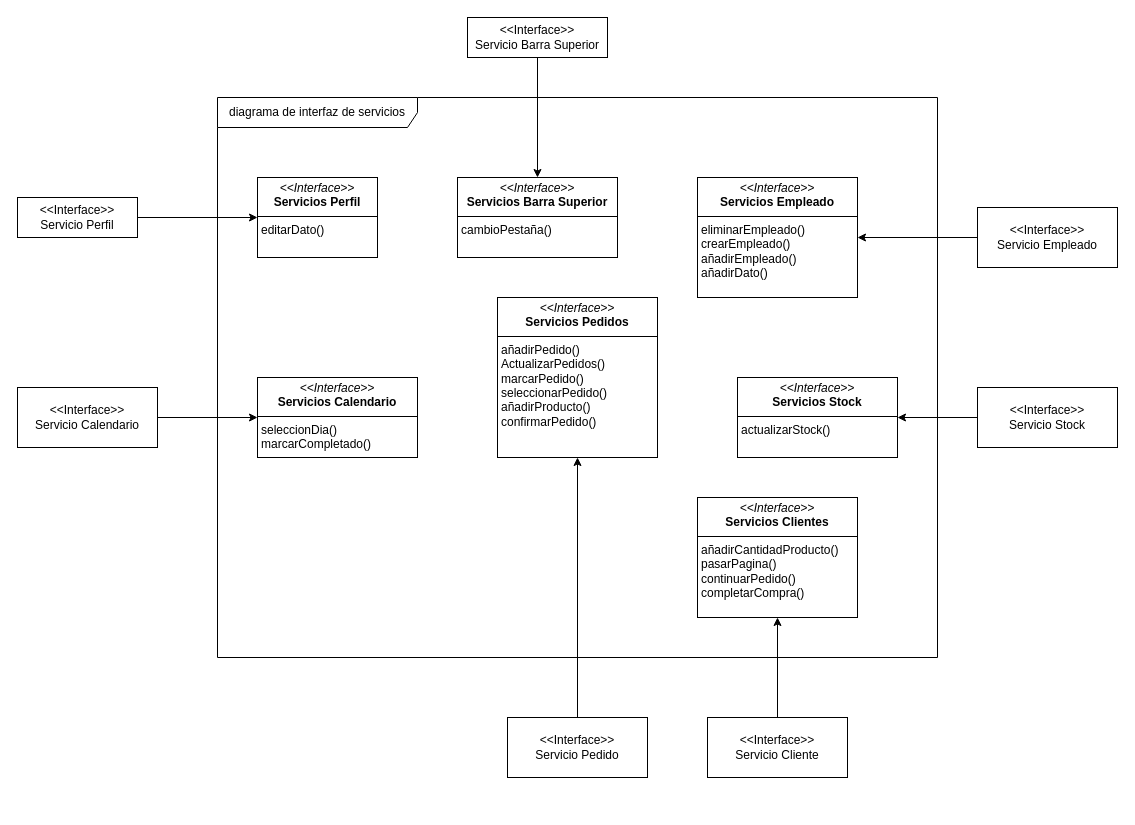
gis-ir/IR-02-11 keeps this draw.io diagram as assets/Diagrama interfaz de usuario/Diagrama interfaz de servicios.drawio. Above is the earlier version. Source tidied: cells renumbered, new cells numbered last; positions are measured from the earlier drawing's top-left corner, leaving out a move shared by most shapes. Both pictures are drawn from the tidied source at 100%, with x=0, y=0 at pixel (17, 17).
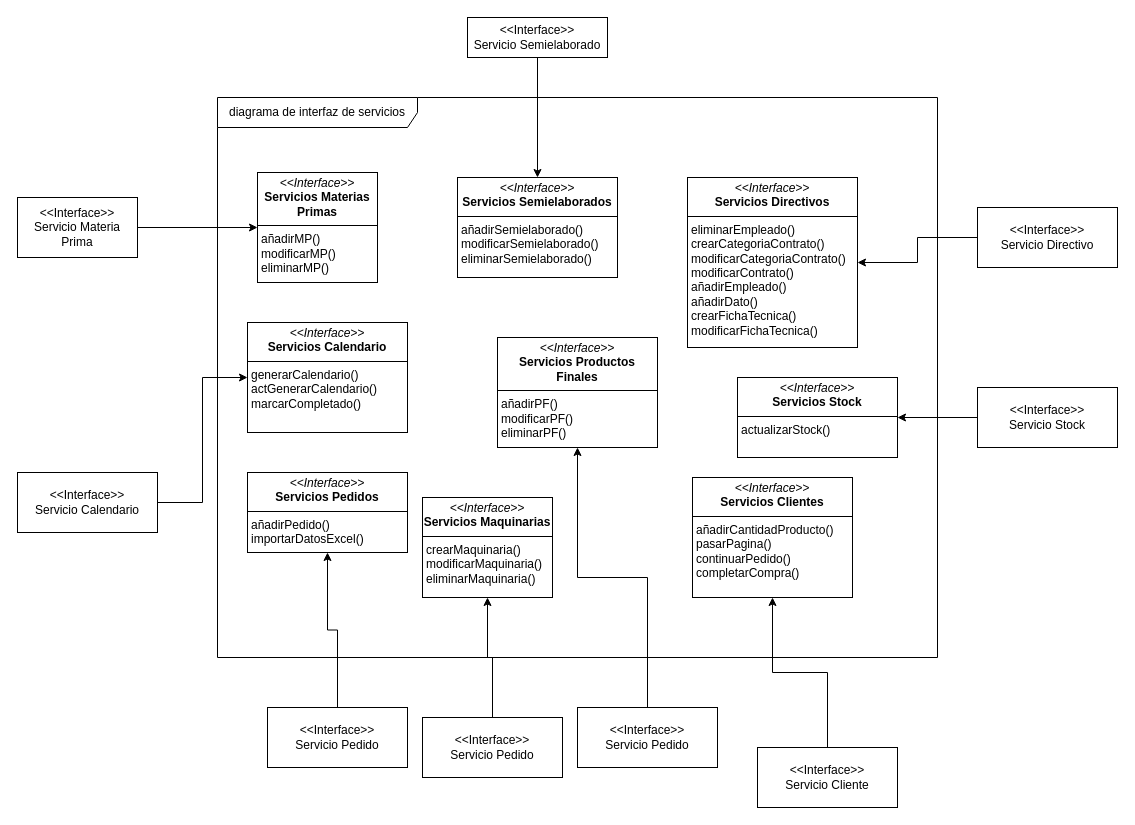
The same diagram, later.

Commit message (it also covers changes not shown here):
diagrama de interfaz de servicio

What changed in the source:
```diff
@@
-    <mxCell id="3" value="&lt;p style=&quot;margin:0px;margin-top:4px;text-align:center;&quot;&gt;&lt;i&gt;&amp;lt;&amp;lt;Interface&amp;gt;&amp;gt;&lt;/i&gt;&lt;br&gt;&lt;b&gt;Servicios Perfil&lt;/b&gt;&lt;/p&gt;&lt;hr size=&quot;1&quot; style=&quot;border-style:solid;&quot;&gt;&lt;p style=&quot;margin:0px;margin-left:4px;&quot;&gt;editarDato()&lt;/p&gt;" style="verticalAlign=top;align=left;overflow=fill;html=1;whiteSpace=wrap;" parent="1" vertex="1">
-      <mxGeometry x="240" y="160" width="120" height="80" as="geometry" />
+    <mxCell id="3" value="&lt;p style=&quot;margin:0px;margin-top:4px;text-align:center;&quot;&gt;&lt;i&gt;&amp;lt;&amp;lt;Interface&amp;gt;&amp;gt;&lt;/i&gt;&lt;br&gt;&lt;b&gt;Servicios Materias Primas&lt;/b&gt;&lt;/p&gt;&lt;hr size=&quot;1&quot; style=&quot;border-style:solid;&quot;&gt;&lt;p style=&quot;margin:0px;margin-left:4px;&quot;&gt;añadirMP()&lt;/p&gt;&lt;p style=&quot;margin:0px;margin-left:4px;&quot;&gt;modificarMP()&lt;/p&gt;&lt;p style=&quot;margin:0px;margin-left:4px;&quot;&gt;eliminarMP()&lt;/p&gt;" style="verticalAlign=top;align=left;overflow=fill;html=1;whiteSpace=wrap;" parent="1" vertex="1">
+      <mxGeometry x="240" y="155" width="120" height="110" as="geometry" />
     </mxCell>
-    <mxCell id="4" value="&lt;p style=&quot;margin:0px;margin-top:4px;text-align:center;&quot;&gt;&lt;i&gt;&amp;lt;&amp;lt;Interface&amp;gt;&amp;gt;&lt;/i&gt;&lt;br&gt;&lt;b&gt;Servicios Barra Superior&lt;/b&gt;&lt;/p&gt;&lt;hr size=&quot;1&quot; style=&quot;border-style:solid;&quot;&gt;&lt;p style=&quot;margin:0px;margin-left:4px;&quot;&gt;cambioPestaña()&lt;/p&gt;" style="verticalAlign=top;align=left;overflow=fill;html=1;whiteSpace=wrap;" parent="1" vertex="1">
-      <mxGeometry x="440" y="160" width="160" height="80" as="geometry" />
+    <mxCell id="4" value="&lt;p style=&quot;margin:0px;margin-top:4px;text-align:center;&quot;&gt;&lt;i&gt;&amp;lt;&amp;lt;Interface&amp;gt;&amp;gt;&lt;/i&gt;&lt;br&gt;&lt;b&gt;Servicios Semielaborados&lt;/b&gt;&lt;/p&gt;&lt;hr size=&quot;1&quot; style=&quot;border-style:solid;&quot;&gt;&lt;p style=&quot;margin: 0px 0px 0px 4px;&quot;&gt;añadirSemielaborado()&lt;/p&gt;&lt;p style=&quot;margin: 0px 0px 0px 4px;&quot;&gt;modificarSemielaborado()&lt;/p&gt;&lt;p style=&quot;margin: 0px 0px 0px 4px;&quot;&gt;eliminarSemielaborado()&lt;/p&gt;" style="verticalAlign=top;align=left;overflow=fill;html=1;whiteSpace=wrap;" parent="1" vertex="1">
+      <mxGeometry x="440" y="160" width="160" height="100" as="geometry" />
     </mxCell>
-    <mxCell id="5" value="&lt;p style=&quot;margin:0px;margin-top:4px;text-align:center;&quot;&gt;&lt;i&gt;&amp;lt;&amp;lt;Interface&amp;gt;&amp;gt;&lt;/i&gt;&lt;br&gt;&lt;b&gt;Servicios Empleado&lt;/b&gt;&lt;/p&gt;&lt;hr size=&quot;1&quot; style=&quot;border-style:solid;&quot;&gt;&lt;p style=&quot;margin:0px;margin-left:4px;&quot;&gt;eliminarEmpleado()&lt;/p&gt;&lt;p style=&quot;margin:0px;margin-left:4px;&quot;&gt;crearEmpleado()&lt;/p&gt;&lt;p style=&quot;margin:0px;margin-left:4px;&quot;&gt;añadirEmpleado()&lt;/p&gt;&lt;p style=&quot;margin:0px;margin-left:4px;&quot;&gt;añadirDato()&lt;/p&gt;" style="verticalAlign=top;align=left;overflow=fill;html=1;whiteSpace=wrap;" parent="1" vertex="1">
-      <mxGeometry x="680" y="160" width="160" height="120" as="geometry" />
+    <mxCell id="5" value="&lt;p style=&quot;margin:0px;margin-top:4px;text-align:center;&quot;&gt;&lt;i&gt;&amp;lt;&amp;lt;Interface&amp;gt;&amp;gt;&lt;/i&gt;&lt;br&gt;&lt;b&gt;Servicios Directivos&lt;/b&gt;&lt;/p&gt;&lt;hr size=&quot;1&quot; style=&quot;border-style:solid;&quot;&gt;&lt;p style=&quot;margin:0px;margin-left:4px;&quot;&gt;eliminarEmpleado()&lt;/p&gt;&lt;p style=&quot;margin:0px;margin-left:4px;&quot;&gt;crearCategoriaContrato()&lt;/p&gt;&lt;p style=&quot;margin:0px;margin-left:4px;&quot;&gt;modificarCategoriaContrato()&lt;/p&gt;&lt;p style=&quot;margin:0px;margin-left:4px;&quot;&gt;&lt;span style=&quot;background-color: initial;&quot;&gt;modificarContrato()&lt;/span&gt;&lt;/p&gt;&lt;p style=&quot;margin:0px;margin-left:4px;&quot;&gt;&lt;span style=&quot;background-color: initial;&quot;&gt;añadirEmpleado()&lt;/span&gt;&lt;br&gt;&lt;/p&gt;&lt;p style=&quot;margin:0px;margin-left:4px;&quot;&gt;añadirDato()&lt;/p&gt;&lt;p style=&quot;margin:0px;margin-left:4px;&quot;&gt;crearFichaTecnica()&lt;/p&gt;&lt;p style=&quot;margin:0px;margin-left:4px;&quot;&gt;modificarFichaTecnica()&lt;/p&gt;" style="verticalAlign=top;align=left;overflow=fill;html=1;whiteSpace=wrap;" parent="1" vertex="1">
+      <mxGeometry x="670" y="160" width="170" height="170" as="geometry" />
     </mxCell>
-    <mxCell id="6" value="&lt;p style=&quot;margin:0px;margin-top:4px;text-align:center;&quot;&gt;&lt;i&gt;&amp;lt;&amp;lt;Interface&amp;gt;&amp;gt;&lt;/i&gt;&lt;br&gt;&lt;b&gt;Servicios Calendario&lt;/b&gt;&lt;/p&gt;&lt;hr size=&quot;1&quot; style=&quot;border-style:solid;&quot;&gt;&lt;p style=&quot;margin:0px;margin-left:4px;&quot;&gt;seleccionDia()&lt;/p&gt;&lt;p style=&quot;margin:0px;margin-left:4px;&quot;&gt;marcarCompletado()&lt;/p&gt;" style="verticalAlign=top;align=left;overflow=fill;html=1;whiteSpace=wrap;" parent="1" vertex="1">
-      <mxGeometry x="240" y="360" width="160" height="80" as="geometry" />
+    <mxCell id="6" value="&lt;p style=&quot;margin:0px;margin-top:4px;text-align:center;&quot;&gt;&lt;i&gt;&amp;lt;&amp;lt;Interface&amp;gt;&amp;gt;&lt;/i&gt;&lt;br&gt;&lt;b&gt;Servicios Calendario&lt;/b&gt;&lt;/p&gt;&lt;hr size=&quot;1&quot; style=&quot;border-style:solid;&quot;&gt;&lt;p style=&quot;margin:0px;margin-left:4px;&quot;&gt;generarCalendario()&lt;/p&gt;&lt;p style=&quot;margin:0px;margin-left:4px;&quot;&gt;actGenerarCalendario()&lt;/p&gt;&lt;p style=&quot;margin:0px;margin-left:4px;&quot;&gt;marcarCompletado()&lt;/p&gt;" style="verticalAlign=top;align=left;overflow=fill;html=1;whiteSpace=wrap;" parent="1" vertex="1">
+      <mxGeometry x="230" y="305" width="160" height="110" as="geometry" />
     </mxCell>
-    <mxCell id="7" value="&lt;p style=&quot;margin:0px;margin-top:4px;text-align:center;&quot;&gt;&lt;i&gt;&amp;lt;&amp;lt;Interface&amp;gt;&amp;gt;&lt;/i&gt;&lt;br&gt;&lt;b&gt;Servicios Pedidos&lt;/b&gt;&lt;/p&gt;&lt;hr size=&quot;1&quot; style=&quot;border-style:solid;&quot;&gt;&lt;p style=&quot;margin:0px;margin-left:4px;&quot;&gt;añadirPedido()&lt;/p&gt;&lt;p style=&quot;margin:0px;margin-left:4px;&quot;&gt;ActualizarPedidos()&lt;/p&gt;&lt;p style=&quot;margin:0px;margin-left:4px;&quot;&gt;marcarPedido()&lt;/p&gt;&lt;p style=&quot;margin:0px;margin-left:4px;&quot;&gt;seleccionarPedido()&lt;/p&gt;&lt;p style=&quot;margin:0px;margin-left:4px;&quot;&gt;añadirProducto()&lt;/p&gt;&lt;p style=&quot;margin:0px;margin-left:4px;&quot;&gt;confirmarPedido()&lt;/p&gt;" style="verticalAlign=top;align=left;overflow=fill;html=1;whiteSpace=wrap;" parent="1" vertex="1">
-      <mxGeometry x="480" y="280" width="160" height="160" as="geometry" />
+    <mxCell id="7" value="&lt;p style=&quot;margin:0px;margin-top:4px;text-align:center;&quot;&gt;&lt;i&gt;&amp;lt;&amp;lt;Interface&amp;gt;&amp;gt;&lt;/i&gt;&lt;br&gt;&lt;b&gt;Servicios Pedidos&lt;/b&gt;&lt;/p&gt;&lt;hr size=&quot;1&quot; style=&quot;border-style:solid;&quot;&gt;&lt;p style=&quot;margin:0px;margin-left:4px;&quot;&gt;añadirPedido()&lt;/p&gt;&lt;p style=&quot;margin:0px;margin-left:4px;&quot;&gt;importarDatosExcel()&lt;/p&gt;" style="verticalAlign=top;align=left;overflow=fill;html=1;whiteSpace=wrap;" parent="1" vertex="1">
+      <mxGeometry x="230" y="455" width="160" height="80" as="geometry" />
     </mxCell>
@@
     <mxCell id="9" value="&lt;p style=&quot;margin:0px;margin-top:4px;text-align:center;&quot;&gt;&lt;i&gt;&amp;lt;&amp;lt;Interface&amp;gt;&amp;gt;&lt;/i&gt;&lt;br&gt;&lt;b&gt;Servicios Clientes&lt;/b&gt;&lt;/p&gt;&lt;hr size=&quot;1&quot; style=&quot;border-style:solid;&quot;&gt;&lt;p style=&quot;margin:0px;margin-left:4px;&quot;&gt;añadirCantidadProducto()&lt;/p&gt;&lt;p style=&quot;margin:0px;margin-left:4px;&quot;&gt;pasarPagina()&lt;/p&gt;&lt;p style=&quot;margin:0px;margin-left:4px;&quot;&gt;continuarPedido()&lt;/p&gt;&lt;p style=&quot;margin:0px;margin-left:4px;&quot;&gt;completarCompra()&lt;/p&gt;" style="verticalAlign=top;align=left;overflow=fill;html=1;whiteSpace=wrap;" parent="1" vertex="1">
-      <mxGeometry x="680" y="480" width="160" height="120" as="geometry" />
+      <mxGeometry x="675" y="460" width="160" height="120" as="geometry" />
     </mxCell>
@@
-    <mxCell id="11" value="&amp;lt;&amp;lt;Interface&amp;gt;&amp;gt;&lt;div&gt;Servicio Perfil&lt;/div&gt;" style="html=1;whiteSpace=wrap;" parent="1" vertex="1">
-      <mxGeometry y="180" width="120" height="40" as="geometry" />
+    <mxCell id="11" value="&amp;lt;&amp;lt;Interface&amp;gt;&amp;gt;&lt;div&gt;Servicio Materia Prima&lt;/div&gt;" style="html=1;whiteSpace=wrap;" parent="1" vertex="1">
+      <mxGeometry y="180" width="120" height="60" as="geometry" />
     </mxCell>
@@
-    <mxCell id="13" value="&amp;lt;&amp;lt;Interface&amp;gt;&amp;gt;&lt;div&gt;Servicio Barra Superior&lt;/div&gt;" style="html=1;whiteSpace=wrap;" parent="1" vertex="1">
+    <mxCell id="13" value="&amp;lt;&amp;lt;Interface&amp;gt;&amp;gt;&lt;div&gt;Servicio Semielaborado&lt;/div&gt;" style="html=1;whiteSpace=wrap;" parent="1" vertex="1">
       <mxGeometry x="450" width="140" height="40" as="geometry" />
     </mxCell>
-    <mxCell id="14" value="&amp;lt;&amp;lt;Interface&amp;gt;&amp;gt;&lt;div&gt;Servicio Empleado&lt;/div&gt;" style="html=1;whiteSpace=wrap;" parent="1" vertex="1">
+    <mxCell id="14" value="&amp;lt;&amp;lt;Interface&amp;gt;&amp;gt;&lt;div&gt;Servicio Directivo&lt;/div&gt;" style="html=1;whiteSpace=wrap;" parent="1" vertex="1">
       <mxGeometry x="960" y="190" width="140" height="60" as="geometry" />
     </mxCell>
@@
     <mxCell id="19" value="&amp;lt;&amp;lt;Interface&amp;gt;&amp;gt;&lt;div&gt;Servicio Cliente&lt;/div&gt;" style="html=1;whiteSpace=wrap;" parent="1" vertex="1">
-      <mxGeometry x="690" y="700" width="140" height="60" as="geometry" />
+      <mxGeometry x="740" y="730" width="140" height="60" as="geometry" />
     </mxCell>
@@
     <mxCell id="21" value="&amp;lt;&amp;lt;Interface&amp;gt;&amp;gt;&lt;div&gt;Servicio Pedido&lt;/div&gt;" style="html=1;whiteSpace=wrap;" parent="1" vertex="1">
-      <mxGeometry x="490" y="700" width="140" height="60" as="geometry" />
+      <mxGeometry x="250" y="690" width="140" height="60" as="geometry" />
     </mxCell>
@@
     <mxCell id="23" value="&amp;lt;&amp;lt;Interface&amp;gt;&amp;gt;&lt;div&gt;Servicio Calendario&lt;/div&gt;" style="html=1;whiteSpace=wrap;" parent="1" vertex="1">
-      <mxGeometry y="370" width="140" height="60" as="geometry" />
+      <mxGeometry y="455" width="140" height="60" as="geometry" />
     </mxCell>
+    <mxCell id="24" style="edgeStyle=orthogonalEdgeStyle;rounded=0;jettySize=auto;html=1;entryX=0.5;entryY=1;entryDx=0;entryDy=0;" parent="1" edge="1" source="25" target="28">
+      <mxGeometry relative="1" as="geometry" />
+    </mxCell>
+    <mxCell id="25" value="&amp;lt;&amp;lt;Interface&amp;gt;&amp;gt;&lt;div&gt;Servicio Pedido&lt;/div&gt;" style="html=1;whiteSpace=wrap;" parent="1" vertex="1">
+      <mxGeometry x="405" y="700" width="140" height="60" as="geometry" />
+    </mxCell>
+    <mxCell id="26" style="edgeStyle=orthogonalEdgeStyle;rounded=0;jettySize=auto;html=1;entryX=0.5;entryY=1;entryDx=0;entryDy=0;" parent="1" edge="1" source="27" target="29">
+      <mxGeometry relative="1" as="geometry" />
+    </mxCell>
+    <mxCell id="27" value="&amp;lt;&amp;lt;Interface&amp;gt;&amp;gt;&lt;div&gt;Servicio Pedido&lt;/div&gt;" style="html=1;whiteSpace=wrap;" parent="1" vertex="1">
+      <mxGeometry x="560" y="690" width="140" height="60" as="geometry" />
+    </mxCell>
+    <mxCell id="28" value="&lt;p style=&quot;margin:0px;margin-top:4px;text-align:center;&quot;&gt;&lt;i&gt;&amp;lt;&amp;lt;Interface&amp;gt;&amp;gt;&lt;/i&gt;&lt;br&gt;&lt;b&gt;Servicios Maquinarias&lt;/b&gt;&lt;/p&gt;&lt;hr size=&quot;1&quot; style=&quot;border-style:solid;&quot;&gt;&lt;p style=&quot;margin: 0px 0px 0px 4px;&quot;&gt;crearMaquinaria()&lt;/p&gt;&lt;p style=&quot;margin: 0px 0px 0px 4px;&quot;&gt;modificarMaquinaria()&lt;/p&gt;&lt;p style=&quot;margin: 0px 0px 0px 4px;&quot;&gt;eliminarMaquinaria()&lt;/p&gt;" style="verticalAlign=top;align=left;overflow=fill;html=1;whiteSpace=wrap;" parent="1" vertex="1">
+      <mxGeometry x="405" y="480" width="130" height="100" as="geometry" />
+    </mxCell>
+    <mxCell id="29" value="&lt;p style=&quot;margin:0px;margin-top:4px;text-align:center;&quot;&gt;&lt;i&gt;&amp;lt;&amp;lt;Interface&amp;gt;&amp;gt;&lt;/i&gt;&lt;br&gt;&lt;b&gt;Servicios Productos Finales&lt;/b&gt;&lt;/p&gt;&lt;hr size=&quot;1&quot; style=&quot;border-style:solid;&quot;&gt;&lt;p style=&quot;margin: 0px 0px 0px 4px;&quot;&gt;añadirPF()&lt;/p&gt;&lt;p style=&quot;margin: 0px 0px 0px 4px;&quot;&gt;modificarPF()&lt;/p&gt;&lt;p style=&quot;margin: 0px 0px 0px 4px;&quot;&gt;eliminarPF()&lt;/p&gt;&lt;p style=&quot;margin:0px;margin-left:4px;&quot;&gt;&lt;br&gt;&lt;/p&gt;" style="verticalAlign=top;align=left;overflow=fill;html=1;whiteSpace=wrap;" parent="1" vertex="1">
+      <mxGeometry x="480" y="320" width="160" height="110" as="geometry" />
+    </mxCell>
```
